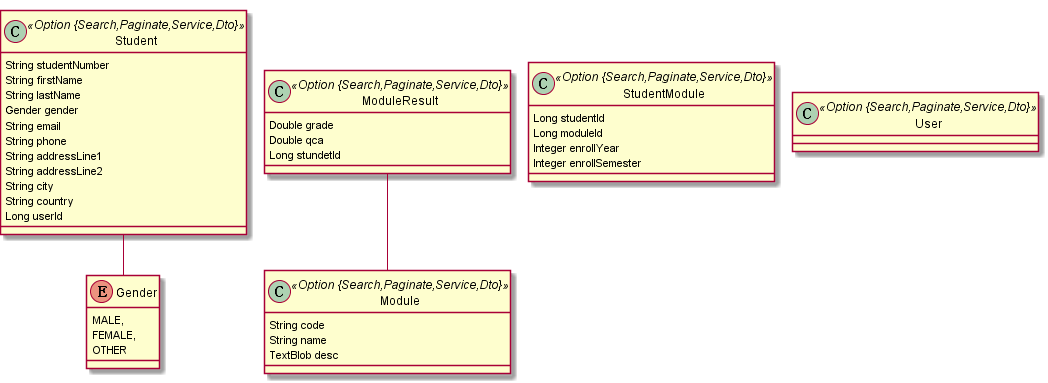
skarlet-witcher/student-record-system keeps this PlantUML diagram as project.png. Above is the earlier version.
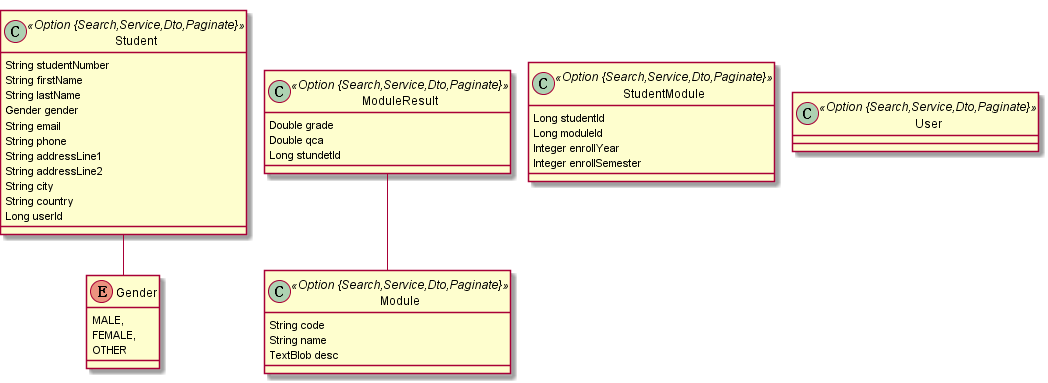
After the commit.

Diff of the diagram source:
```diff
@@ -1,7 +1,7 @@
 @startuml
 	!pragma graphviz_dot jdot
 	!pragma syntax class
-	class Student <<Option {Search,Paginate,Service,Dto}>> {
+	class Student <<Option {Search,Service,Dto,Paginate}>> {
 		String studentNumber
 		String firstName
 		String lastName
@@ -20,23 +20,23 @@
 		FEMALE,
 		OTHER
 	}
-	class Module <<Option {Search,Paginate,Service,Dto}>> {
+	class Module <<Option {Search,Service,Dto,Paginate}>> {
 		String code
 		String name
 		TextBlob desc
 	}
-	class StudentModule <<Option {Search,Paginate,Service,Dto}>> {
+	class StudentModule <<Option {Search,Service,Dto,Paginate}>> {
 		Long studentId
 		Long moduleId
 		Integer enrollYear
 		Integer enrollSemester
 	}
-	class ModuleResult <<Option {Search,Paginate,Service,Dto}>> {
+	class ModuleResult <<Option {Search,Service,Dto,Paginate}>> {
 		Double grade
 		Double qca
 		Long stundetId
 	}
 	ModuleResult  "module(name) 0..* " o-- "0..1 "  Module
-	class User <<Option {Search,Paginate,Service,Dto}>> {
+	class User <<Option {Search,Service,Dto,Paginate}>> {
 	}
 @enduml
```
